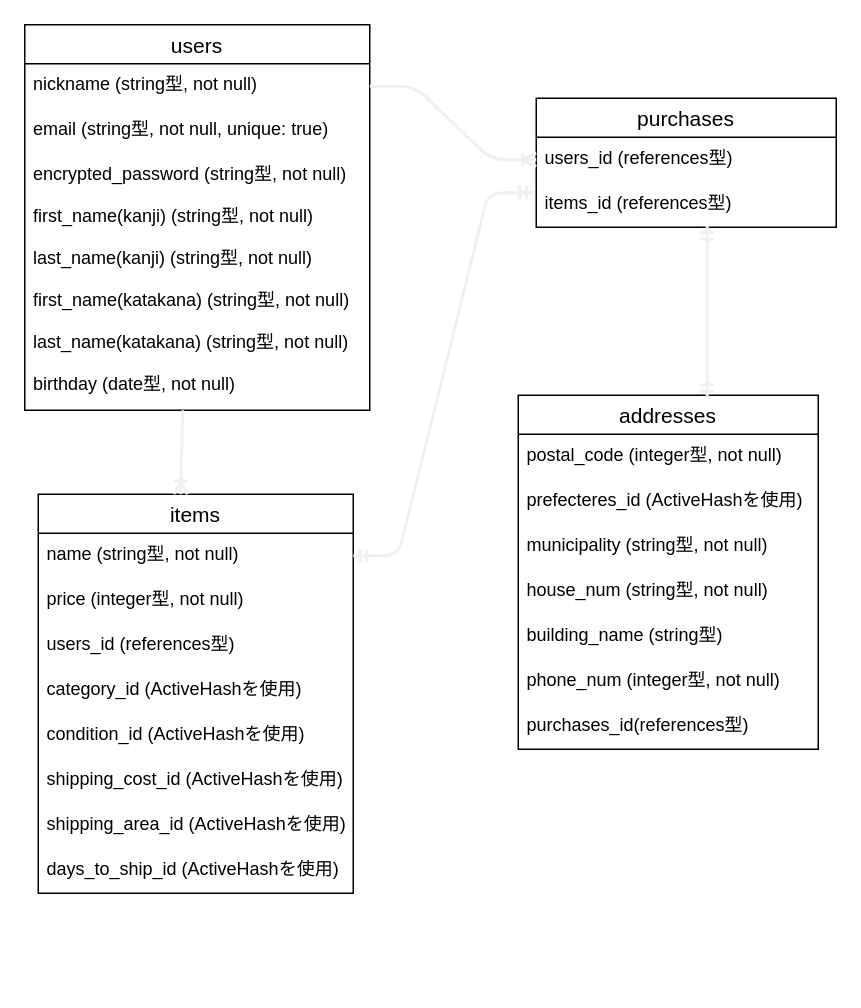
Earlier version of the draw.io diagram furima.dio (DanInamori/furima-33020). Source tidied: cells renumbered, new cells numbered last; positions are measured from the earlier drawing's top-left corner, leaving out a move shared by most shapes. Both pictures are drawn from the tidied source at 150%, with x=0, y=0 at pixel (24, 24).
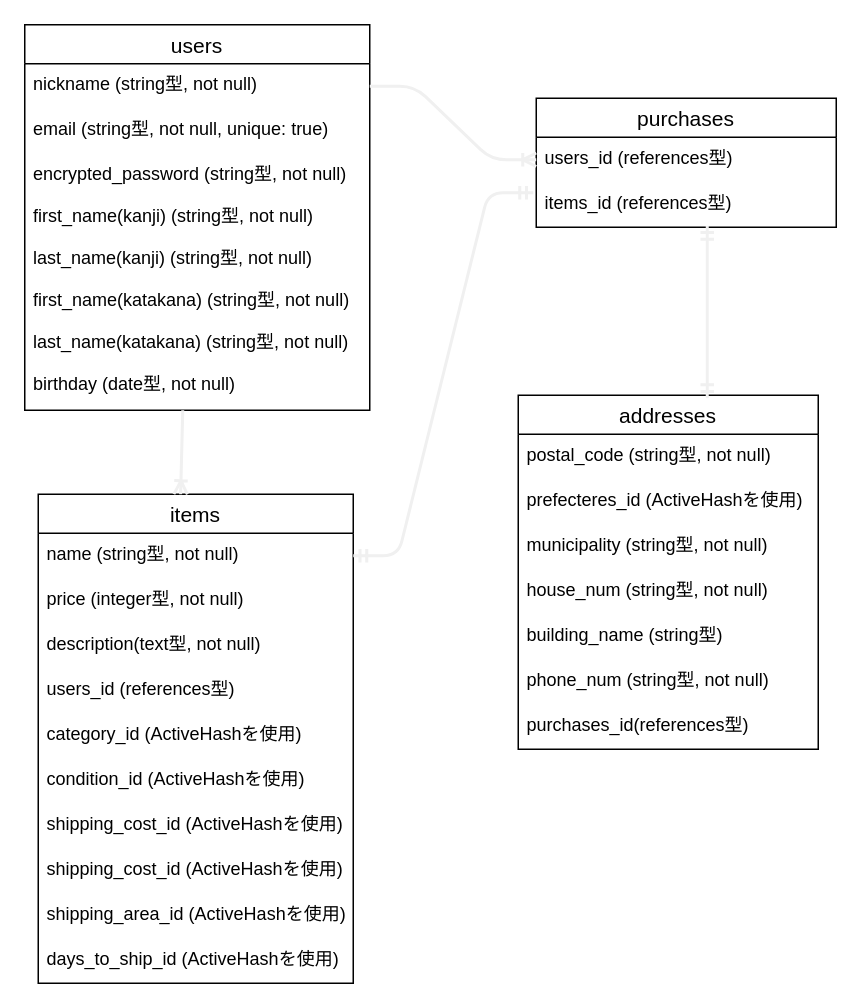
After the change.

Commit message (it also covers changes not shown here):
データベース設定の変更2

Unchanged cells that the change refers to:
```xml
<mxCell id="19" value="addresses" style="swimlane;fontStyle=0;horizontal=1;startSize=26;align=center;fontSize=14;" parent="1" vertex="1">
  <mxGeometry x="329" y="247" width="200" height="236" as="geometry" />
</mxCell>
```

Change to the diagram source:
```diff
@@
     <mxCell id="10" value="items" style="swimlane;fontStyle=0;horizontal=1;startSize=26;align=center;fontSize=14;" parent="1" vertex="1">
-      <mxGeometry x="9" y="313" width="210" height="266" as="geometry" />
+      <mxGeometry x="9" y="313" width="210" height="326" as="geometry" />
     </mxCell>
@@
+    <mxCell id="31" value="description(text型, not null)" style="text;strokeColor=none;fillColor=none;spacingLeft=4;spacingRight=4;overflow=hidden;fontSize=12;" parent="10" vertex="1">
+      <mxGeometry y="86" width="210" height="30" as="geometry" />
+    </mxCell>
     <mxCell id="13" value="users_id (references型)" style="text;strokeColor=none;fillColor=none;spacingLeft=4;spacingRight=4;overflow=hidden;fontSize=12;" parent="10" vertex="1">
-      <mxGeometry y="86" width="210" height="30" as="geometry" />
+      <mxGeometry y="116" width="210" height="30" as="geometry" />
     </mxCell>
     <mxCell id="14" value="category_id (ActiveHashを使用)" style="text;strokeColor=none;fillColor=none;spacingLeft=4;spacingRight=4;overflow=hidden;fontSize=12;" parent="10" vertex="1">
-      <mxGeometry y="116" width="210" height="30" as="geometry" />
+      <mxGeometry y="146" width="210" height="30" as="geometry" />
     </mxCell>
     <mxCell id="15" value="condition_id (ActiveHashを使用)" style="text;strokeColor=none;fillColor=none;spacingLeft=4;spacingRight=4;overflow=hidden;fontSize=12;" parent="10" vertex="1">
-      <mxGeometry y="146" width="210" height="30" as="geometry" />
+      <mxGeometry y="176" width="210" height="30" as="geometry" />
     </mxCell>
     <mxCell id="16" value="shipping_cost_id (ActiveHashを使用)" style="text;strokeColor=none;fillColor=none;spacingLeft=4;spacingRight=4;overflow=hidden;fontSize=12;" parent="10" vertex="1">
-      <mxGeometry y="176" width="210" height="30" as="geometry" />
+      <mxGeometry y="206" width="210" height="30" as="geometry" />
     </mxCell>
+    <mxCell id="32" value="shipping_cost_id (ActiveHashを使用)" style="text;strokeColor=none;fillColor=none;spacingLeft=4;spacingRight=4;overflow=hidden;fontSize=12;" parent="10" vertex="1">
+      <mxGeometry y="236" width="210" height="30" as="geometry" />
+    </mxCell>
     <mxCell id="17" value="shipping_area_id (ActiveHashを使用)" style="text;strokeColor=none;fillColor=none;spacingLeft=4;spacingRight=4;overflow=hidden;fontSize=12;" parent="10" vertex="1">
-      <mxGeometry y="206" width="210" height="30" as="geometry" />
+      <mxGeometry y="266" width="210" height="30" as="geometry" />
     </mxCell>
     <mxCell id="18" value="days_to_ship_id (ActiveHashを使用)" style="text;strokeColor=none;fillColor=none;spacingLeft=4;spacingRight=4;overflow=hidden;fontSize=12;" parent="10" vertex="1">
-      <mxGeometry y="236" width="210" height="30" as="geometry" />
+      <mxGeometry y="296" width="210" height="30" as="geometry" />
     </mxCell>
@@
-    <mxCell id="20" value="postal_code (integer型, not null)" style="text;strokeColor=none;fillColor=none;spacingLeft=4;spacingRight=4;overflow=hidden;fontSize=12;" parent="19" vertex="1">
+    <mxCell id="20" value="postal_code (string型, not null)" style="text;strokeColor=none;fillColor=none;spacingLeft=4;spacingRight=4;overflow=hidden;fontSize=12;" parent="19" vertex="1">
       <mxGeometry y="26" width="200" height="30" as="geometry" />
     </mxCell>
@@
-    <mxCell id="25" value="phone_num (integer型, not null)" style="text;strokeColor=none;fillColor=none;spacingLeft=4;spacingRight=4;overflow=hidden;fontSize=12;" parent="19" vertex="1">
+    <mxCell id="25" value="phone_num (string型, not null)" style="text;strokeColor=none;fillColor=none;spacingLeft=4;spacingRight=4;overflow=hidden;fontSize=12;" parent="19" vertex="1">
       <mxGeometry y="176" width="200" height="30" as="geometry" />
     </mxCell>
```
